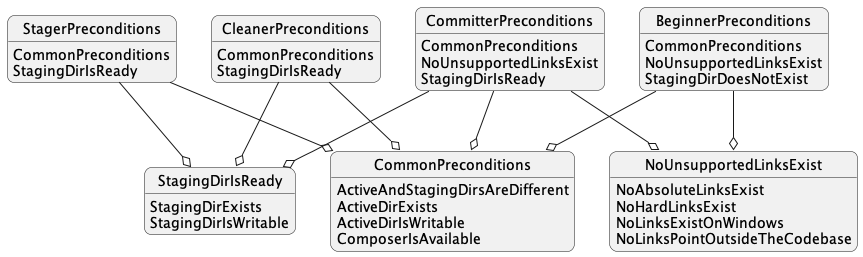
The PlantUML diagram src/Domain/Service/Precondition/resources/hierarchy.png in php-tuf/composer-stager, before a commit. Its source is kept beside it as src/Domain/Service/Precondition/resources/hierarchy.puml.
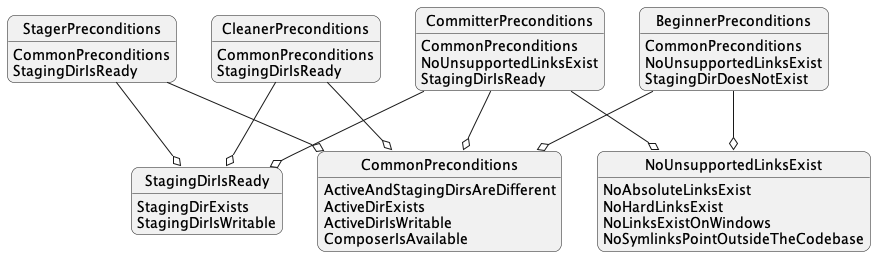
Later version of the same file.

Commit message:
Rename Infrastructure\Service\Precondition\NoLinksPointOutsideTheCodebase to NoSymlinksPointOutsideTheCodebase to reflect scope better.

What changed in the source:
```diff
@@ -55,7 +55,7 @@
     NoAbsoluteLinksExist
     NoHardLinksExist
     NoLinksExistOnWindows
-    NoLinksPointOutsideTheCodebase
+    NoSymlinksPointOutsideTheCodebase
 }
 
 @enduml
```
